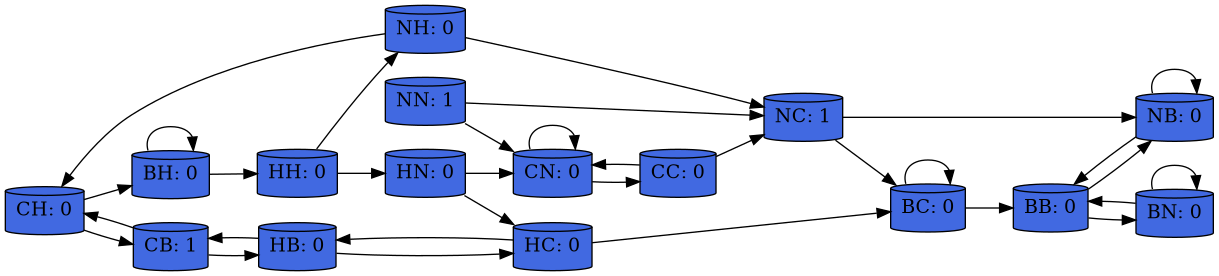
The Graphviz diagram day_14/hint.png in Mizux/adventofcode, before a commit. Its source is kept beside it as day_14/hint.dot.
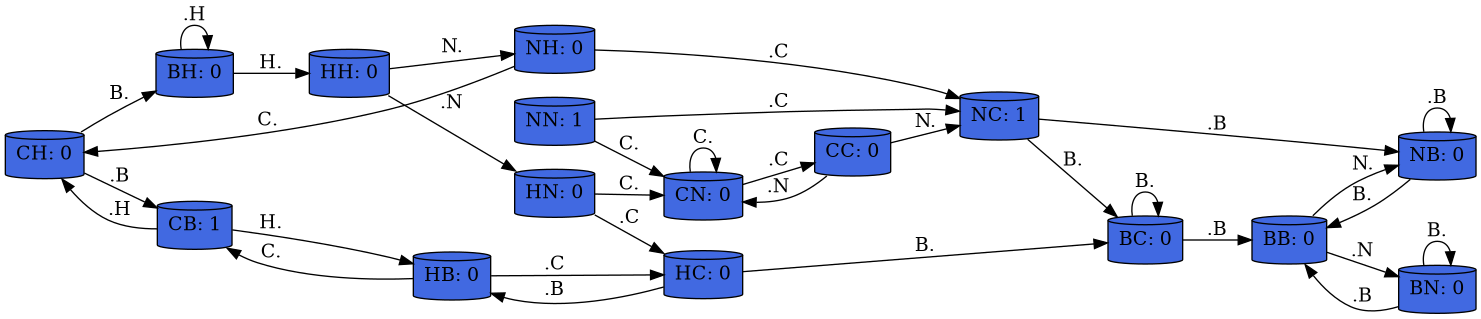
After the commit.

Diff of the diagram source:
```diff
@@ -19,52 +19,52 @@
   CC [label="CC: 0"];
   CN [label="CN: 0"];
 
-  CH -> CB;
-  CH -> BH;
+  CH -> CB [label=".B"];
+  CH -> BH [label="B."];
 
-  HH -> HN;
-  HH -> NH;
+  HH -> HN [label=".N"];
+  HH -> NH [label="N."];
 
-  CB -> CH;
-  CB -> HB;
+  CB -> CH [label=".H"];
+  CB -> HB [label="H."];
 
-  NH -> NC;
-  NH -> CH;
+  NH -> NC [label=".C"];
+  NH -> CH [label="C. "];
 
-  HB -> HC;
-  HB -> CB;
+  HB -> HC [label=".C"];
+  HB -> CB [label="C."];
 
-  HC -> HB;
-  HC -> BC;
+  HC -> HB [label=".B"];
+  HC -> BC [label="B."];
 
-  HN -> HC;
-  HN -> CN;
+  HN -> HC [label=".C"];
+  HN -> CN [label="C."];
 
-  NN -> NC;
-  NN -> CN;
+  NN -> NC [label=".C"];
+  NN -> CN [label="C."];
 
-  BH -> BH;
-  BH -> HH;
+  BH -> BH [label=".H"];
+  BH -> HH [label="H."];
 
-  NC -> NB;
-  NC -> BC;
+  NC -> NB [label=".B"];
+  NC -> BC [label="B."];
 
-  NB -> NB;
-  NB -> BB;
+  NB -> NB [label=".B"];
+  NB -> BB [label="B."];
 
-  BN -> BB;
-  BN -> BN;
+  BN -> BB [label=".B"];
+  BN -> BN [label="B."];
 
-  BB -> BN;
-  BB -> NB;
+  BB -> BN [label=".N"];
+  BB -> NB [label="N."];
 
-  BC -> BB;
-  BC -> BC;
+  BC -> BB [label=".B"];
+  BC -> BC [label="B."];
 
-  CC -> CN;
-  CC -> NC;
+  CC -> CN [label=".N"];
+  CC -> NC [label="N."];
 
-  CN -> CC;
-  CN -> CN;
+  CN -> CC [label=".C"];
+  CN -> CN [label="C."];
 }
 @enddot
```
